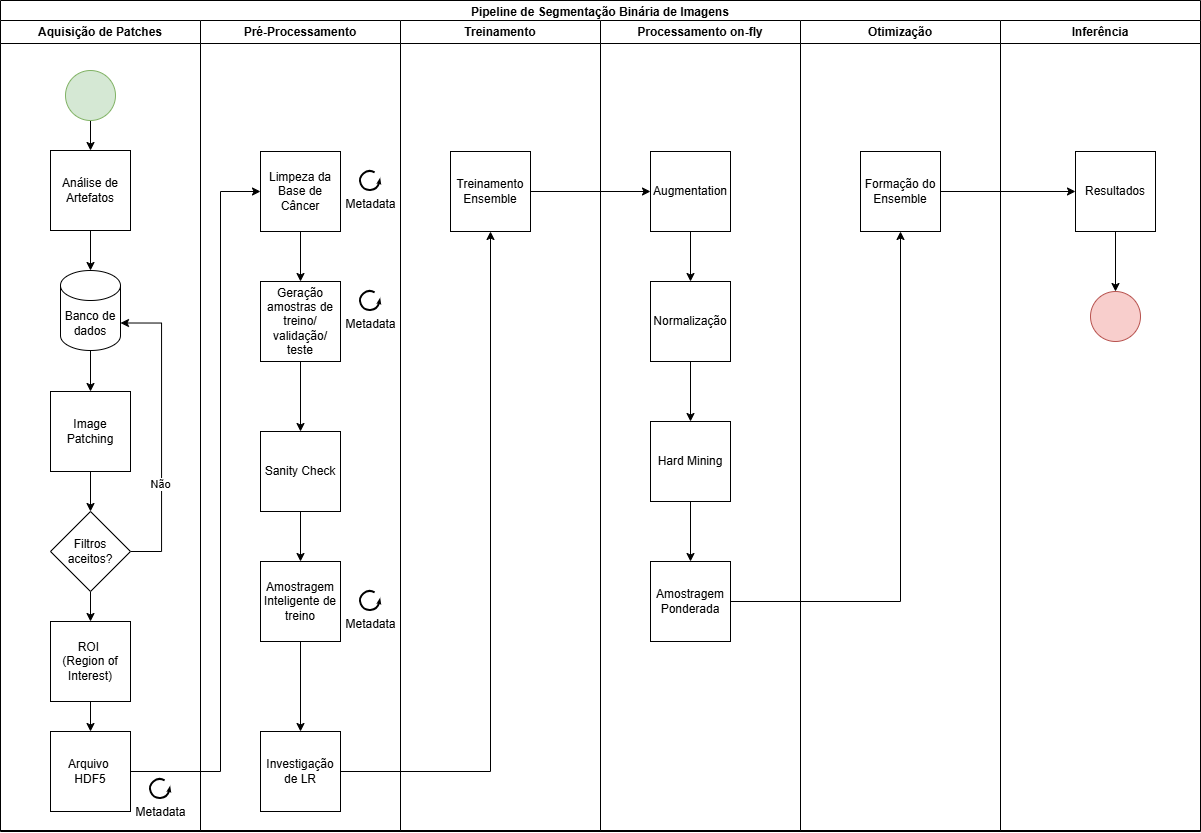
Above: reports/figures/pipeline_overview.png in bhnunes/Master_Coding (Mermaid), before the change. Its source is kept beside it as MERMAID/pipeline_overview.mermaid.
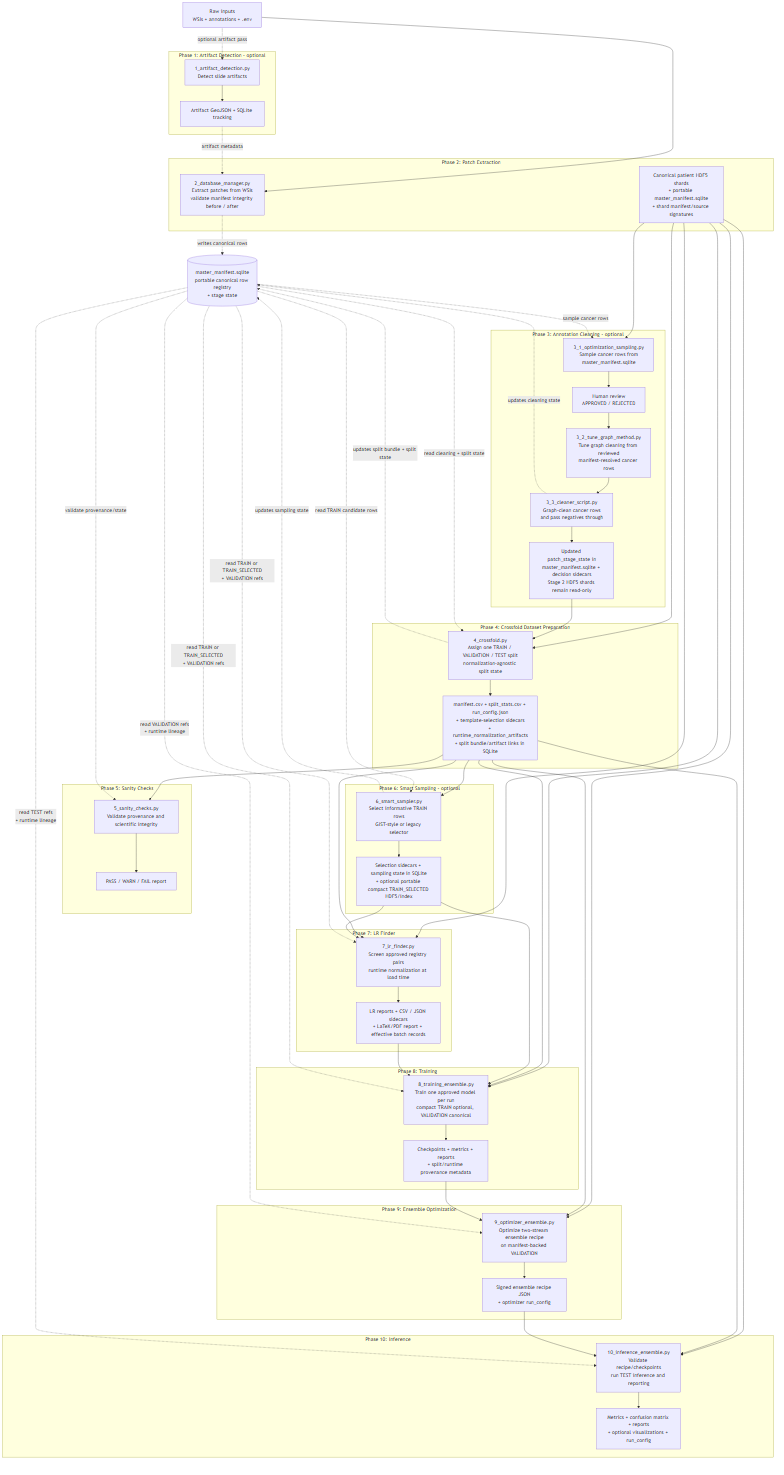
The same diagram one commit later.

Change to the diagram source:
```diff
@@ -1,6 +1,6 @@
 graph TD
     raw_data[Raw inputs<br/>WSIs + annotations + .env]
-    manifest[(master_manifest.sqlite<br/>canonical row registry + row state)]
+    manifest[(master_manifest.sqlite<br/>portable canonical row registry<br/>+ stage state)]
 
     subgraph P1[Phase 1: Artifact Detection - optional]
         p1[1_artifact_detection.py<br/>Detect slide artifacts]
@@ -9,22 +9,22 @@
     end
 
     subgraph P2[Phase 2: Patch Extraction]
-        p2[2_database_manager.py<br/>Extract patches from WSIs<br/>validate manifest integrity]
-        p2_out[Canonical patient HDF5 shards<br/>+ portable master_manifest.sqlite]
+        p2[2_database_manager.py<br/>Extract patches from WSIs<br/>validate manifest integrity before / after]
+        p2_out[Canonical patient HDF5 shards<br/>+ portable master_manifest.sqlite<br/>+ shard manifest/source signatures]
     end
 
     subgraph P3[Phase 3: Annotation Cleaning - optional]
         p31[3_1_optimization_sampling.py<br/>Sample cancer rows from<br/>master_manifest.sqlite]
         review[Human review<br/>APPROVED / REJECTED]
         p32[3_2_tune_graph_method.py<br/>Tune graph cleaning from reviewed<br/>manifest-resolved cancer rows]
-        p33[3_3_cleaner_script.py<br/>Apply cleaning to cancer rows only<br/>from master_manifest.sqlite]
+        p33[3_3_cleaner_script.py<br/>Graph-clean cancer rows<br/>and pass negatives through]
         p3_out[Updated patch_stage_state in<br/>master_manifest.sqlite + decision sidecars<br/>Stage 2 HDF5 shards remain read-only]
         p31 --> review --> p32 --> p33 --> p3_out
     end
 
     subgraph P4[Phase 4: Crossfold Dataset Preparation]
-        p4[4_crossfold.py<br/>Assign one TRAIN / VALIDATION / TEST split<br/>and build shared runtime artifacts]
-        p4_out[manifest.csv + split_stats.csv + run_config.json<br/>+ template-selection sidecars + runtime artifacts<br/>+ split bundle state in SQLite]
+        p4[4_crossfold.py<br/>Assign one TRAIN / VALIDATION / TEST split<br/>normalization-agnostic split state]
+        p4_out[manifest.csv + split_stats.csv + run_config.json<br/>+ template-selection sidecars<br/>+ runtime_normalization_artifacts<br/>+ split bundle/artifact links in SQLite]
         p4 --> p4_out
     end
 
@@ -35,32 +35,32 @@
     end
 
     subgraph P6[Phase 6: Smart Sampling - optional]
-        p6[6_smart_sampler.py<br/>Select informative TRAIN rows<br/>and optionally compact them]
-        p6_out[Selection sidecars + sampling state in SQLite<br/>+ optional compact TRAIN_SELECTED HDF5]
+        p6[6_smart_sampler.py<br/>Select informative TRAIN rows<br/>GIST-style or legacy selector]
+        p6_out[Selection sidecars + sampling state in SQLite<br/>+ optional portable compact TRAIN_SELECTED HDF5/index]
         p6 --> p6_out
     end
 
     subgraph P7[Phase 7: LR Finder]
-        p7[7_lr_finder.py<br/>Screen approved registry pairs<br/>with runtime normalization]
-        p7_out[LR reports + CSV / JSON sidecars<br/>+ effective batch records]
+        p7[7_lr_finder.py<br/>Screen approved registry pairs<br/>runtime normalization at load time]
+        p7_out[LR reports + CSV / JSON sidecars<br/>+ LaTeX/PDF report + effective batch records]
         p7 --> p7_out
     end
 
     subgraph P8[Phase 8: Training]
-        p8[8_training_ensemble.py<br/>Train one approved model per run<br/>optional OHEM]
-        p8_out[Checkpoints + metrics + reports]
+        p8[8_training_ensemble.py<br/>Train one approved model per run<br/>compact TRAIN optional, VALIDATION canonical]
+        p8_out[Checkpoints + metrics + reports<br/>+ split/runtime provenance metadata]
         p8 --> p8_out
     end
 
     subgraph P9[Phase 9: Ensemble Optimization]
-        p9[9_optimizer_ensemble.py<br/>Optimize ensemble recipe on VALIDATION]
-        p9_out[Declarative ensemble recipe JSON]
+        p9[9_optimizer_ensemble.py<br/>Optimize two-stream ensemble recipe<br/>on manifest-backed VALIDATION]
+        p9_out[Signed ensemble recipe JSON<br/>+ optimizer run_config]
         p9 --> p9_out
     end
 
     subgraph P10[Phase 10: Inference]
-        p10[10_inference_ensemble.py<br/>Run TEST inference and reporting]
-        p10_out[Predictions + metrics + JSON / CSV / LaTeX outputs]
+        p10[10_inference_ensemble.py<br/>Validate recipe/checkpoints<br/>run TEST inference and reporting]
+        p10_out[Metrics + confusion matrix + reports<br/>+ optional visualizations + run_config]
         p10 --> p10_out
     end
 
@@ -71,17 +71,22 @@
 
     p2_out --> p31
     p2_out --> p4
+    p2_out --> p7
+    p2_out --> p8
+    p2_out --> p9
+    p2_out --> p10
     p3_out --> p4
     p4_out --> p5
     p4_out --> p6
     p4_out --> p7
+    p4_out --> p8
+    p4_out --> p9
+    p4_out --> p10
     p6_out --> p7
     p6_out --> p8
-    p4_out --> p8
     p7_out --> p8
     p8_out --> p9
     p9_out --> p10
-    p2_out --> p10
 
     manifest -. sample cancer rows .-> p31
     p33 -. updates cleaning state .-> manifest
@@ -90,7 +95,7 @@
     manifest -. validate provenance/state .-> p5
     manifest -. read TRAIN candidate rows .-> p6
     p6 -. updates sampling state .-> manifest
-    manifest -. read selected rows + split bundle refs .-> p7
-    manifest -. read selected rows + split bundle refs .-> p8
-    manifest -. read VALIDATION rows + split bundle refs .-> p9
-    manifest -. read TEST rows + split bundle refs .-> p10
+    manifest -. read TRAIN or TRAIN_SELECTED<br/>+ VALIDATION refs .-> p7
+    manifest -. read TRAIN or TRAIN_SELECTED<br/>+ VALIDATION refs .-> p8
+    manifest -. read VALIDATION refs<br/>+ runtime lineage .-> p9
+    manifest -. read TEST refs<br/>+ runtime lineage .-> p10
```
